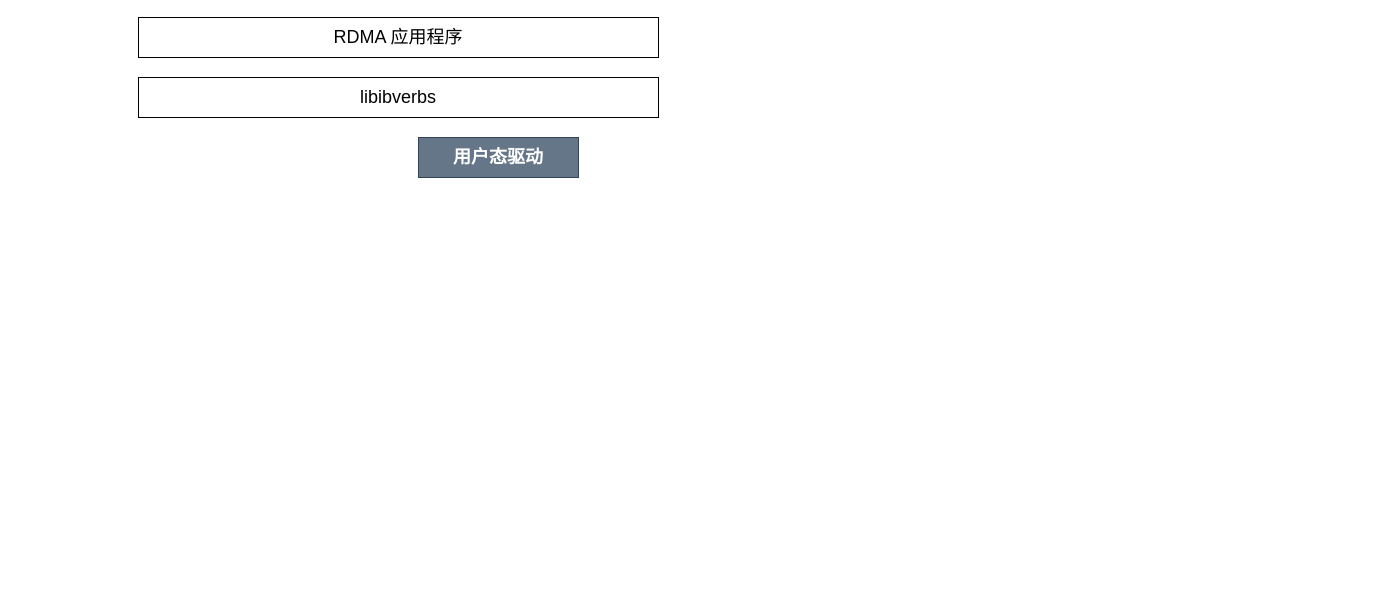
The draw.io diagram page "Page-5" (5 of 5) of RDMA_network.drawio in wehyy/my-world, before the edit. Source tidied: cells renumbered, new cells numbered last; positions are measured from the earlier drawing's top-left corner, leaving out a move shared by most shapes. Both pictures are drawn from the tidied source at 100%, with x=0, y=0 at pixel (138, 17).
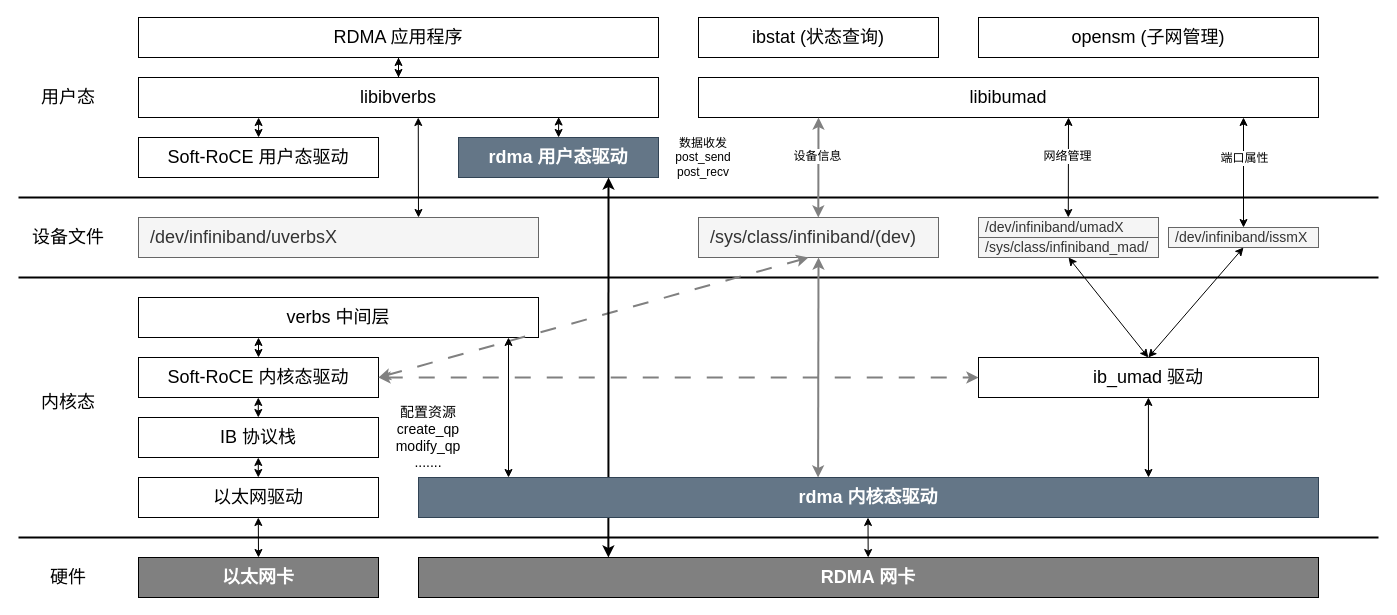
The same page after the edit.

Unchanged cells that the change refers to:
```xml
<mxCell id="2" value="&lt;font style=&quot;font-size: 18px;&quot;&gt;RDMA 应用程序&lt;/font&gt;" style="rounded=0;whiteSpace=wrap;html=1;" parent="1" vertex="1">
  <mxGeometry width="520" height="40" as="geometry" />
</mxCell>
<mxCell id="3" value="&lt;font style=&quot;font-size: 18px;&quot;&gt;libibverbs&lt;/font&gt;" style="rounded=0;whiteSpace=wrap;html=1;" parent="1" vertex="1">
  <mxGeometry y="60" width="520" height="40" as="geometry" />
</mxCell>
```

Diff of the diagram source:
```diff
@@
+    <mxCell id="5" style="edgeStyle=orthogonalEdgeStyle;rounded=0;jettySize=auto;html=1;entryX=0.5;entryY=0;entryDx=0;entryDy=0;fontFamily=Helvetica;fontSize=12;fontColor=default;startArrow=classic;startFill=1;" parent="1" edge="1" source="2" target="3">
+      <mxGeometry relative="1" as="geometry" />
+    </mxCell>
@@
-    <mxCell id="4" value="&lt;b&gt;&lt;font style=&quot;font-size: 18px;&quot;&gt;用户态驱动&lt;/font&gt;&lt;/b&gt;" style="rounded=0;whiteSpace=wrap;html=1;fillColor=#647687;fontColor=#ffffff;strokeColor=#314354;" parent="1" vertex="1">
-      <mxGeometry x="280" y="120" width="160" height="40" as="geometry" />
+    <mxCell id="4" value="&lt;b&gt;&lt;font style=&quot;font-size: 18px;&quot;&gt;rdma 用户态驱动&lt;/font&gt;&lt;/b&gt;" style="rounded=0;whiteSpace=wrap;html=1;fillColor=#647687;fontColor=#ffffff;strokeColor=#314354;" parent="1" vertex="1">
+      <mxGeometry x="320" y="120" width="200" height="40" as="geometry" />
     </mxCell>
+    <mxCell id="6" value="&lt;font style=&quot;font-size: 18px;&quot;&gt;Soft-RoCE 用户态驱动&lt;/font&gt;" style="rounded=0;whiteSpace=wrap;html=1;" parent="1" vertex="1">
+      <mxGeometry y="120" width="240" height="40" as="geometry" />
+    </mxCell>
+    <mxCell id="7" style="rounded=0;jettySize=auto;html=1;entryX=0.808;entryY=0.988;entryDx=0;entryDy=0;entryPerimeter=0;fontFamily=Helvetica;fontSize=12;fontColor=default;startArrow=classic;startFill=1;" parent="1" edge="1" source="4" target="3">
+      <mxGeometry relative="1" as="geometry" />
+    </mxCell>
+    <mxCell id="8" style="edgeStyle=none;rounded=0;jettySize=auto;html=1;entryX=0.231;entryY=1;entryDx=0;entryDy=0;entryPerimeter=0;fontFamily=Helvetica;fontSize=12;fontColor=default;startArrow=classic;startFill=1;" parent="1" edge="1" source="6" target="3">
+      <mxGeometry relative="1" as="geometry" />
+    </mxCell>
+    <mxCell id="9" value="&lt;span style=&quot;font-size: 18px;&quot;&gt;/dev/infiniband/uverbsX&lt;/span&gt;" style="rounded=0;whiteSpace=wrap;html=1;align=left;spacingLeft=10;fillColor=#f5f5f5;strokeColor=#666666;fontColor=#333333;" parent="1" vertex="1">
+      <mxGeometry y="200" width="400" height="40" as="geometry" />
+    </mxCell>
+    <mxCell id="10" style="endArrow=none;html=1;rounded=0;fontFamily=Helvetica;fontSize=12;fontColor=default;strokeWidth=2;" parent="1" edge="1">
+      <mxGeometry relative="1" as="geometry">
+        <mxPoint x="-120" y="180" as="sourcePoint" />
+        <mxPoint x="1240" y="180" as="targetPoint" />
+      </mxGeometry>
+    </mxCell>
+    <mxCell id="11" value="&lt;font style=&quot;font-size: 18px;&quot;&gt;用户态&lt;/font&gt;" style="text;strokeColor=none;align=center;fillColor=none;html=1;verticalAlign=middle;whiteSpace=wrap;rounded=0;fontSize=12;fontFamily=Helvetica;fontColor=default;" parent="1" vertex="1">
+      <mxGeometry x="-100" y="65" width="60" height="30" as="geometry" />
+    </mxCell>
+    <mxCell id="12" style="endArrow=none;html=1;rounded=0;fontFamily=Helvetica;fontSize=12;fontColor=default;strokeWidth=2;" parent="1" edge="1">
+      <mxGeometry relative="1" as="geometry">
+        <mxPoint x="-120" y="260" as="sourcePoint" />
+        <mxPoint x="1240" y="260" as="targetPoint" />
+      </mxGeometry>
+    </mxCell>
+    <mxCell id="13" value="&lt;font style=&quot;font-size: 18px;&quot;&gt;设备文件&lt;/font&gt;" style="text;strokeColor=none;align=center;fillColor=none;html=1;verticalAlign=middle;whiteSpace=wrap;rounded=0;fontSize=12;fontFamily=Helvetica;fontColor=default;" parent="1" vertex="1">
+      <mxGeometry x="-110" y="205" width="80" height="30" as="geometry" />
+    </mxCell>
+    <mxCell id="14" style="endArrow=classic;startArrow=classic;html=1;rounded=0;fontFamily=Helvetica;fontSize=12;fontColor=default;entryX=0.538;entryY=1;entryDx=0;entryDy=0;entryPerimeter=0;" parent="1" edge="1" target="3">
+      <mxGeometry relative="1" as="geometry">
+        <mxPoint x="280" y="200" as="sourcePoint" />
+      </mxGeometry>
+    </mxCell>
+    <mxCell id="15" value="&lt;span style=&quot;font-size: 18px;&quot;&gt;verbs 中间层&lt;/span&gt;" style="rounded=0;whiteSpace=wrap;html=1;align=center;spacingLeft=0;" parent="1" vertex="1">
+      <mxGeometry y="280" width="400" height="40" as="geometry" />
+    </mxCell>
+    <mxCell id="16" value="&lt;font style=&quot;font-size: 18px;&quot;&gt;Soft-RoCE 内核态驱动&lt;/font&gt;" style="rounded=0;whiteSpace=wrap;html=1;" parent="1" vertex="1">
+      <mxGeometry y="340" width="240" height="40" as="geometry" />
+    </mxCell>
+    <mxCell id="17" value="&lt;font style=&quot;font-size: 18px;&quot;&gt;IB 协议栈&lt;/font&gt;" style="rounded=0;whiteSpace=wrap;html=1;" parent="1" vertex="1">
+      <mxGeometry y="400" width="240" height="40" as="geometry" />
+    </mxCell>
+    <mxCell id="18" value="&lt;font style=&quot;font-size: 18px;&quot;&gt;以太网驱动&lt;/font&gt;" style="rounded=0;whiteSpace=wrap;html=1;" parent="1" vertex="1">
+      <mxGeometry y="460" width="240" height="40" as="geometry" />
+    </mxCell>
+    <mxCell id="19" value="&lt;span style=&quot;font-size: 18px;&quot;&gt;&lt;font color=&quot;#ffffff&quot;&gt;&lt;b&gt;以太网卡&lt;/b&gt;&lt;/font&gt;&lt;/span&gt;" style="rounded=0;whiteSpace=wrap;html=1;fillColor=#808080;" parent="1" vertex="1">
+      <mxGeometry y="540" width="240" height="40" as="geometry" />
+    </mxCell>
+    <mxCell id="20" style="endArrow=none;html=1;rounded=0;fontFamily=Helvetica;fontSize=12;fontColor=default;strokeWidth=2;" parent="1" edge="1">
+      <mxGeometry relative="1" as="geometry">
+        <mxPoint x="-120" y="520" as="sourcePoint" />
+        <mxPoint x="1240" y="520" as="targetPoint" />
+      </mxGeometry>
+    </mxCell>
+    <mxCell id="21" value="&lt;span style=&quot;font-size: 18px;&quot;&gt;内核态&lt;/span&gt;" style="text;strokeColor=none;align=center;fillColor=none;html=1;verticalAlign=middle;whiteSpace=wrap;rounded=0;fontSize=12;fontFamily=Helvetica;fontColor=default;" parent="1" vertex="1">
+      <mxGeometry x="-110" y="370" width="80" height="30" as="geometry" />
+    </mxCell>
+    <mxCell id="22" value="&lt;span style=&quot;font-size: 18px;&quot;&gt;硬件&lt;/span&gt;" style="text;strokeColor=none;align=center;fillColor=none;html=1;verticalAlign=middle;whiteSpace=wrap;rounded=0;fontSize=12;fontFamily=Helvetica;fontColor=default;" parent="1" vertex="1">
+      <mxGeometry x="-110" y="545" width="80" height="30" as="geometry" />
+    </mxCell>
+    <mxCell id="23" style="endArrow=classic;startArrow=classic;html=1;rounded=0;fontFamily=Helvetica;fontSize=12;fontColor=default;exitX=0.5;exitY=0;exitDx=0;exitDy=0;" parent="1" edge="1" source="16">
+      <mxGeometry relative="1" as="geometry">
+        <mxPoint x="120" y="320" as="targetPoint" />
+      </mxGeometry>
+    </mxCell>
+    <mxCell id="24" style="endArrow=classic;startArrow=classic;html=1;rounded=0;fontFamily=Helvetica;fontSize=12;fontColor=default;exitX=0.5;exitY=0;exitDx=0;exitDy=0;" parent="1" edge="1">
+      <mxGeometry relative="1" as="geometry">
+        <mxPoint x="119.8" y="400" as="sourcePoint" />
+        <mxPoint x="119.8" y="380" as="targetPoint" />
+      </mxGeometry>
+    </mxCell>
+    <mxCell id="25" style="endArrow=classic;startArrow=classic;html=1;rounded=0;fontFamily=Helvetica;fontSize=12;fontColor=default;exitX=0.5;exitY=0;exitDx=0;exitDy=0;" parent="1" edge="1">
+      <mxGeometry relative="1" as="geometry">
+        <mxPoint x="119.8" y="460" as="sourcePoint" />
+        <mxPoint x="119.8" y="440" as="targetPoint" />
+      </mxGeometry>
+    </mxCell>
+    <mxCell id="26" style="endArrow=classic;startArrow=classic;html=1;rounded=0;fontFamily=Helvetica;fontSize=12;fontColor=default;exitX=0.5;exitY=0;exitDx=0;exitDy=0;" parent="1" edge="1" source="19">
+      <mxGeometry relative="1" as="geometry">
+        <mxPoint x="119.8" y="500" as="targetPoint" />
+      </mxGeometry>
+    </mxCell>
+    <mxCell id="27" value="&lt;font style=&quot;font-size: 18px;&quot;&gt;ibstat (状态查询)&lt;/font&gt;" style="rounded=0;whiteSpace=wrap;html=1;" parent="1" vertex="1">
+      <mxGeometry x="560" width="240" height="40" as="geometry" />
+    </mxCell>
+    <mxCell id="28" value="&lt;font style=&quot;font-size: 18px;&quot;&gt;opensm (子网管理)&lt;/font&gt;" style="rounded=0;whiteSpace=wrap;html=1;" parent="1" vertex="1">
+      <mxGeometry x="840" width="340" height="40" as="geometry" />
+    </mxCell>
+    <mxCell id="29" value="&lt;font style=&quot;font-size: 18px;&quot;&gt;libibumad&lt;/font&gt;" style="rounded=0;whiteSpace=wrap;html=1;" parent="1" vertex="1">
+      <mxGeometry x="560" y="60" width="620" height="40" as="geometry" />
+    </mxCell>
+    <mxCell id="30" value="&lt;span style=&quot;font-size: 18px;&quot;&gt;/sys/class/infiniband/(dev)&lt;/span&gt;" style="rounded=0;whiteSpace=wrap;html=1;align=left;spacingLeft=10;fillColor=#f5f5f5;strokeColor=#666666;fontColor=#333333;" parent="1" vertex="1">
+      <mxGeometry x="560" y="200" width="240" height="40" as="geometry" />
+    </mxCell>
+    <mxCell id="31" value="&lt;font style=&quot;font-size: 14px;&quot;&gt;/dev/infiniband/umadX&lt;/font&gt;" style="rounded=0;whiteSpace=wrap;html=1;align=left;spacingLeft=5;fillColor=#f5f5f5;strokeColor=#666666;fontColor=#333333;" parent="1" vertex="1">
+      <mxGeometry x="840" y="200" width="180" height="20" as="geometry" />
+    </mxCell>
+    <mxCell id="32" value="&lt;font style=&quot;font-size: 14px;&quot;&gt;/sys/class/infiniband_mad/&lt;/font&gt;" style="rounded=0;whiteSpace=wrap;html=1;align=left;spacingLeft=5;fillColor=#f5f5f5;strokeColor=#666666;fontColor=#333333;" parent="1" vertex="1">
+      <mxGeometry x="840" y="220" width="180" height="20" as="geometry" />
+    </mxCell>
+    <mxCell id="33" value="&lt;font style=&quot;font-size: 14px;&quot;&gt;/dev/infiniband/issmX&lt;/font&gt;" style="rounded=0;whiteSpace=wrap;html=1;align=left;spacingLeft=5;fillColor=#f5f5f5;strokeColor=#666666;fontColor=#333333;" parent="1" vertex="1">
+      <mxGeometry x="1030" y="210" width="150" height="20" as="geometry" />
+    </mxCell>
+    <mxCell id="34" style="endArrow=classic;startArrow=classic;html=1;rounded=0;fontFamily=Helvetica;fontSize=12;fontColor=default;exitX=0.444;exitY=0;exitDx=0;exitDy=0;exitPerimeter=0;strokeColor=#808080;strokeWidth=2;" parent="1" edge="1" source="51">
+      <mxGeometry relative="1" as="geometry">
+        <mxPoint x="680" y="240" as="targetPoint" />
+      </mxGeometry>
+    </mxCell>
+    <mxCell id="35" style="endArrow=classic;startArrow=classic;html=1;rounded=0;fontFamily=Helvetica;fontSize=12;fontColor=default;exitX=0.444;exitY=0;exitDx=0;exitDy=0;exitPerimeter=0;strokeColor=#808080;strokeWidth=2;" parent="1" edge="1">
+      <mxGeometry relative="1" as="geometry">
+        <mxPoint x="679.8" y="200" as="sourcePoint" />
+        <mxPoint x="680" y="100" as="targetPoint" />
+      </mxGeometry>
+    </mxCell>
+    <mxCell id="36" value="设备信息" style="edgeLabel;html=1;align=center;verticalAlign=middle;fontSize=12;fontFamily=Helvetica;fontColor=default;" parent="35" vertex="1">
+      <mxGeometry x="0.21" y="1" relative="1" as="geometry" />
+    </mxCell>
+    <mxCell id="37" style="endArrow=classic;startArrow=classic;html=1;rounded=0;fontFamily=Helvetica;fontSize=12;fontColor=default;exitX=0.444;exitY=0;exitDx=0;exitDy=0;exitPerimeter=0;strokeColor=#000000;" parent="1" edge="1">
+      <mxGeometry relative="1" as="geometry">
+        <mxPoint x="929.8" y="200" as="sourcePoint" />
+        <mxPoint x="930" y="100" as="targetPoint" />
+      </mxGeometry>
+    </mxCell>
+    <mxCell id="38" value="网络管理" style="edgeLabel;html=1;align=center;verticalAlign=middle;fontSize=12;fontFamily=Helvetica;fontColor=default;" parent="37" vertex="1">
+      <mxGeometry x="0.21" y="1" relative="1" as="geometry" />
+    </mxCell>
+    <mxCell id="39" style="endArrow=classic;startArrow=classic;html=1;rounded=0;fontFamily=Helvetica;fontSize=12;fontColor=default;exitX=0.5;exitY=0;exitDx=0;exitDy=0;strokeColor=#000000;" parent="1" edge="1" source="33">
+      <mxGeometry relative="1" as="geometry">
+        <mxPoint x="1105" y="100" as="targetPoint" />
+      </mxGeometry>
+    </mxCell>
+    <mxCell id="40" value="端口属性" style="edgeLabel;html=1;align=center;verticalAlign=middle;fontSize=12;fontFamily=Helvetica;fontColor=default;" parent="39" vertex="1">
+      <mxGeometry x="0.21" y="1" relative="1" as="geometry">
+        <mxPoint x="1" y="-3" as="offset" />
+      </mxGeometry>
+    </mxCell>
+    <mxCell id="41" value="数据收发&lt;br&gt;post_send&lt;br&gt;post_recv" style="text;strokeColor=none;align=center;fillColor=none;html=1;verticalAlign=middle;whiteSpace=wrap;rounded=0;fontSize=12;fontFamily=Helvetica;fontColor=default;" parent="1" vertex="1">
+      <mxGeometry x="530" y="115" width="70" height="50" as="geometry" />
+    </mxCell>
+    <mxCell id="42" style="endArrow=classic;startArrow=classic;html=1;rounded=0;fontFamily=Helvetica;fontSize=12;fontColor=default;exitX=1;exitY=0.5;exitDx=0;exitDy=0;strokeColor=#808080;dashed=1;dashPattern=8 8;strokeWidth=2;" parent="1" edge="1" source="16">
+      <mxGeometry relative="1" as="geometry">
+        <mxPoint x="670" y="240" as="targetPoint" />
+      </mxGeometry>
+    </mxCell>
+    <mxCell id="43" value="&lt;font style=&quot;font-size: 18px;&quot;&gt;ib_umad 驱动&lt;/font&gt;" style="rounded=0;whiteSpace=wrap;html=1;" parent="1" vertex="1">
+      <mxGeometry x="840" y="340" width="340" height="40" as="geometry" />
+    </mxCell>
+    <mxCell id="44" style="endArrow=classic;startArrow=classic;html=1;rounded=0;fontFamily=Helvetica;fontSize=12;fontColor=default;strokeColor=#000000;" parent="1" edge="1">
+      <mxGeometry relative="1" as="geometry">
+        <mxPoint x="1010" y="460" as="sourcePoint" />
+        <mxPoint x="1009.9" y="380" as="targetPoint" />
+      </mxGeometry>
+    </mxCell>
+    <mxCell id="45" style="endArrow=classic;startArrow=classic;html=1;rounded=0;fontFamily=Helvetica;fontSize=12;fontColor=default;strokeColor=#000000;entryX=0.5;entryY=1;entryDx=0;entryDy=0;" parent="1" edge="1" target="32">
+      <mxGeometry relative="1" as="geometry">
+        <mxPoint x="1009.8" y="340" as="sourcePoint" />
+      </mxGeometry>
+    </mxCell>
+    <mxCell id="46" style="endArrow=classic;startArrow=classic;html=1;rounded=0;fontFamily=Helvetica;fontSize=12;fontColor=default;strokeColor=#000000;entryX=0.5;entryY=1;entryDx=0;entryDy=0;" parent="1" edge="1" target="33">
+      <mxGeometry relative="1" as="geometry">
+        <mxPoint x="1009.8" y="340" as="sourcePoint" />
+      </mxGeometry>
+    </mxCell>
+    <mxCell id="47" style="endArrow=classic;startArrow=classic;html=1;rounded=0;fontFamily=Helvetica;fontSize=12;fontColor=default;strokeColor=#808080;dashed=1;dashPattern=8 8;entryX=0;entryY=0.5;entryDx=0;entryDy=0;strokeWidth=2;" parent="1" edge="1" target="43">
+      <mxGeometry relative="1" as="geometry">
+        <mxPoint x="240" y="360" as="sourcePoint" />
+      </mxGeometry>
+    </mxCell>
+    <mxCell id="48" value="&lt;span style=&quot;font-size: 18px;&quot;&gt;&lt;font color=&quot;#ffffff&quot;&gt;&lt;b&gt;RDMA 网卡&lt;/b&gt;&lt;/font&gt;&lt;/span&gt;" style="rounded=0;whiteSpace=wrap;html=1;fillColor=#808080;" parent="1" vertex="1">
+      <mxGeometry x="280" y="540" width="900" height="40" as="geometry" />
+    </mxCell>
+    <mxCell id="49" style="endArrow=classic;startArrow=classic;html=1;rounded=0;fontFamily=Helvetica;fontSize=12;fontColor=default;exitX=0.5;exitY=0;exitDx=0;exitDy=0;" parent="1" edge="1">
+      <mxGeometry relative="1" as="geometry">
+        <mxPoint x="729.7" y="540" as="sourcePoint" />
+        <mxPoint x="729.5" y="500" as="targetPoint" />
+      </mxGeometry>
+    </mxCell>
+    <mxCell id="50" style="endArrow=classic;startArrow=classic;html=1;rounded=0;fontFamily=Helvetica;fontSize=12;fontColor=default;exitX=0.211;exitY=0;exitDx=0;exitDy=0;exitPerimeter=0;strokeWidth=2;" parent="1" edge="1" source="48">
+      <mxGeometry relative="1" as="geometry">
+        <mxPoint x="470" y="160" as="targetPoint" />
+      </mxGeometry>
+    </mxCell>
+    <mxCell id="51" value="&lt;b&gt;&lt;font style=&quot;font-size: 18px;&quot;&gt;rdma 内核态驱动&lt;/font&gt;&lt;/b&gt;" style="rounded=0;whiteSpace=wrap;html=1;fillColor=#647687;fontColor=#ffffff;strokeColor=#314354;" parent="1" vertex="1">
+      <mxGeometry x="280" y="460" width="900" height="40" as="geometry" />
+    </mxCell>
+    <mxCell id="52" style="endArrow=classic;startArrow=classic;html=1;rounded=0;fontFamily=Helvetica;fontSize=12;fontColor=default;exitX=0.1;exitY=0;exitDx=0;exitDy=0;exitPerimeter=0;" parent="1" edge="1" source="51">
+      <mxGeometry relative="1" as="geometry">
+        <mxPoint x="370" y="320" as="targetPoint" />
+      </mxGeometry>
+    </mxCell>
+    <mxCell id="53" value="&lt;font style=&quot;font-size: 14px;&quot;&gt;配置资源&lt;br&gt;create_qp&lt;br&gt;modify_qp&lt;br&gt;.......&lt;/font&gt;" style="text;strokeColor=none;align=center;fillColor=none;html=1;verticalAlign=middle;whiteSpace=wrap;rounded=0;fontSize=12;fontFamily=Helvetica;fontColor=default;" parent="1" vertex="1">
+      <mxGeometry x="250" y="380" width="80" height="80" as="geometry" />
+    </mxCell>
```
